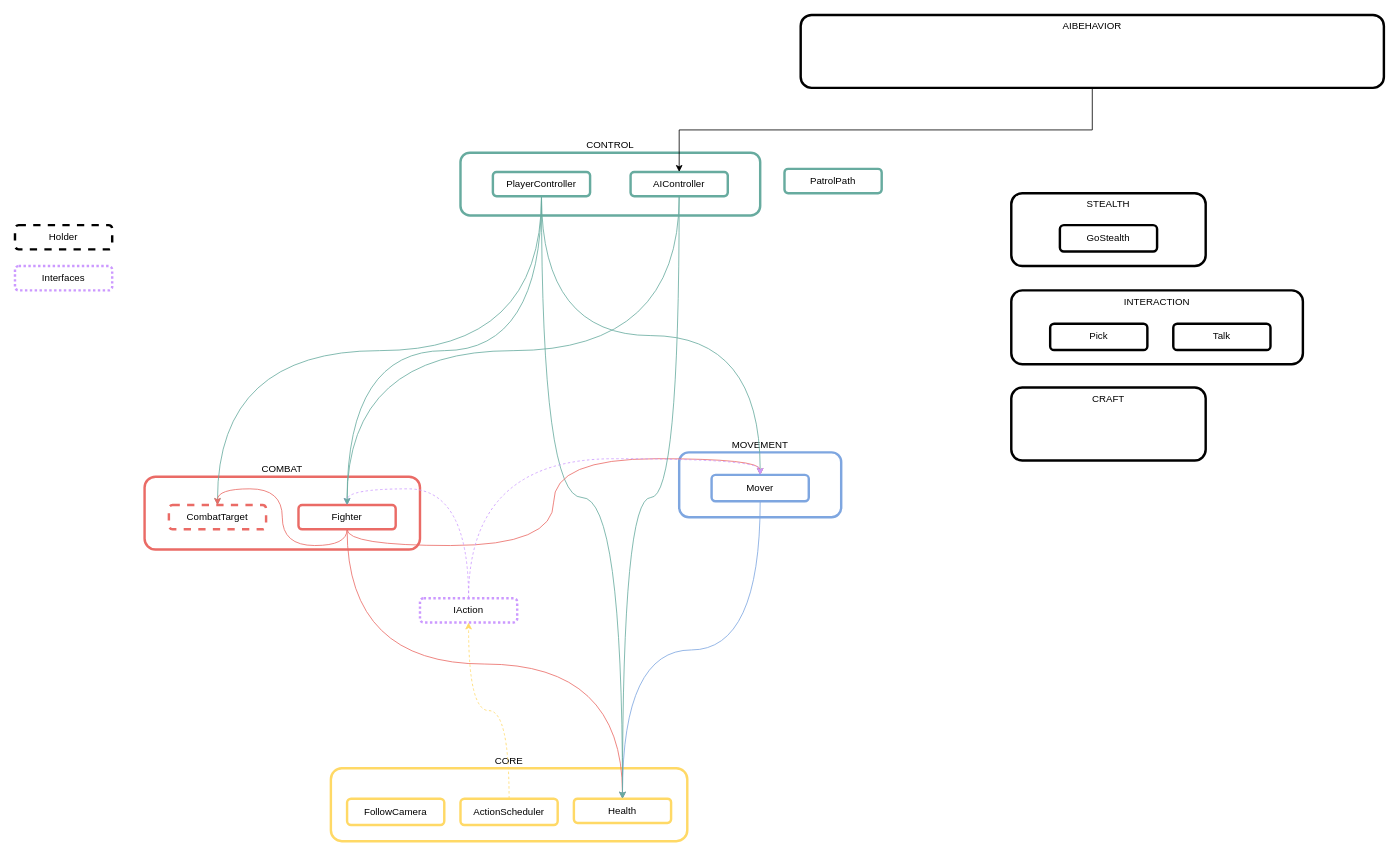
This is _Docs/Architecture.drawio from rafaelmmedeiros/Mount-Mortem-Mystery, a draw.io file, before an edit. Source tidied: cells renumbered, new cells numbered last; positions are measured from the earlier drawing's top-left corner, leaving out a move shared by most shapes. Both pictures are drawn from the tidied source at 81%, with x=0, y=0 at pixel (15, 15).
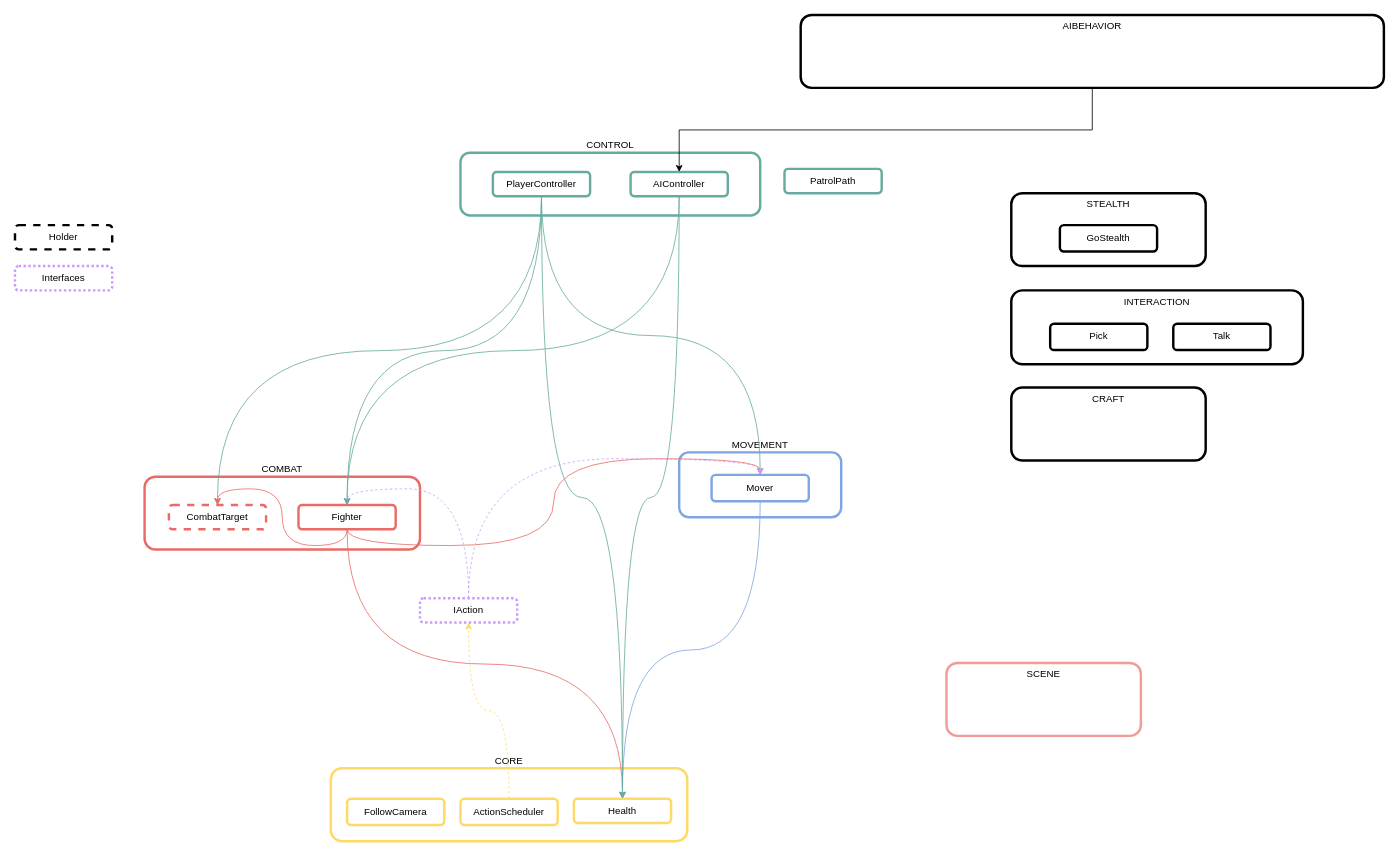
After the change.

What changed in the source:
```diff
@@
+    <mxCell id="39" value="SCENE" style="rounded=1;whiteSpace=wrap;html=1;strokeWidth=3;align=center;labelPosition=center;verticalLabelPosition=middle;verticalAlign=top;strokeColor=#F19C99;" parent="1" vertex="1">
+      <mxGeometry x="1150" y="800" width="240" height="90" as="geometry" />
+    </mxCell>
```
